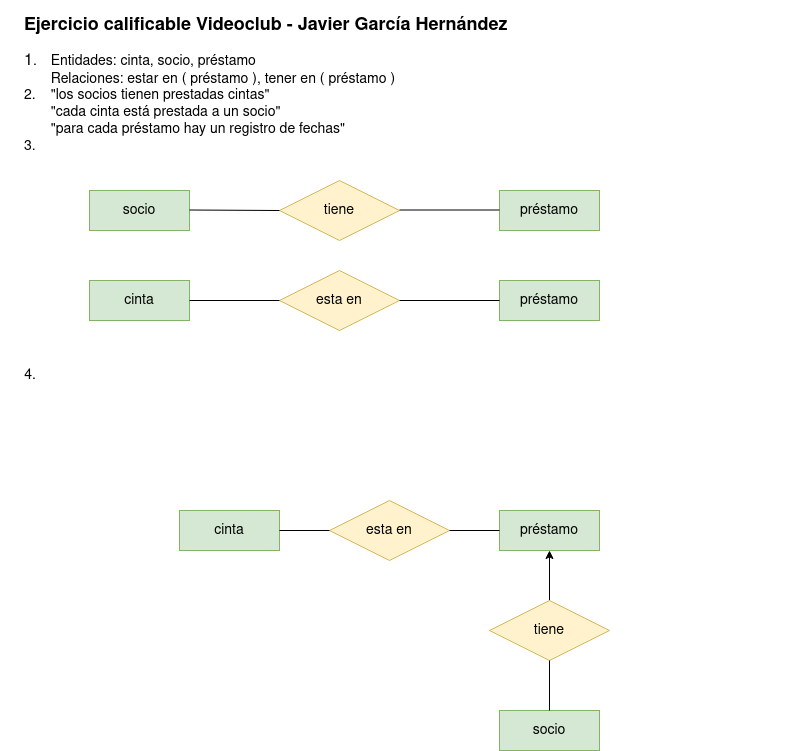
javigh193/bae keeps this draw.io diagram as ejercicioevaluable1.png. Above is the earlier version. Source tidied: cells renumbered, new cells last; positions are measured from the earlier drawing's top-left corner, leaving out a move shared by most shapes.
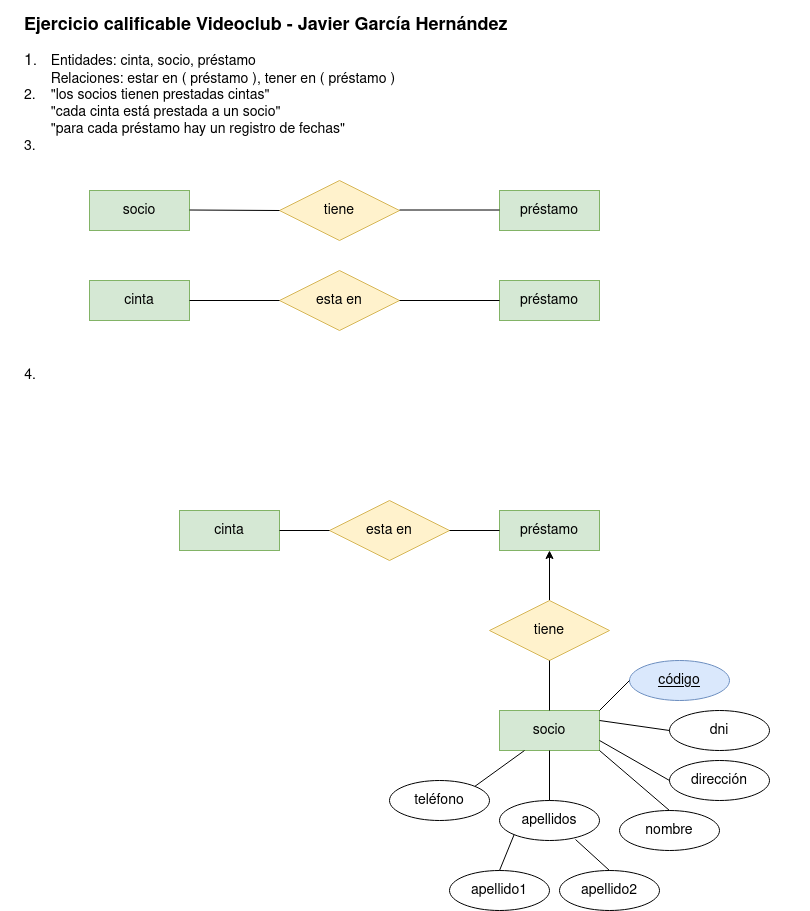
Above is the later version.

Change to the diagram source:
```diff
@@ -70,5 +70,53 @@
     <mxCell id="22" style="endArrow=none;html=1;rounded=0;fontSize=14;entryX=0.5;entryY=0;entryDx=0;entryDy=0;exitX=0.5;exitY=1;exitDx=0;exitDy=0;" parent="1" edge="1" source="18" target="13">
       <mxGeometry relative="1" as="geometry" />
     </mxCell>
+    <mxCell id="23" value="código " style="ellipse;whiteSpace=wrap;html=1;align=center;fontStyle=4;fontSize=14;fillColor=#dae8fc;strokeColor=#6c8ebf;" parent="1" vertex="1">
+      <mxGeometry x="629" y="650" width="100" height="40" as="geometry" />
+    </mxCell>
+    <mxCell id="24" style="endArrow=none;html=1;rounded=0;fontSize=14;entryX=0;entryY=0.5;entryDx=0;entryDy=0;exitX=1;exitY=0;exitDx=0;exitDy=0;" parent="1" edge="1" source="13" target="23">
+      <mxGeometry relative="1" as="geometry" />
+    </mxCell>
+    <mxCell id="25" value="dni" style="ellipse;whiteSpace=wrap;html=1;align=center;fontSize=14;" parent="1" vertex="1">
+      <mxGeometry x="669" y="700" width="100" height="40" as="geometry" />
+    </mxCell>
+    <mxCell id="26" style="endArrow=none;html=1;rounded=0;fontSize=14;entryX=0;entryY=0.5;entryDx=0;entryDy=0;exitX=1;exitY=0.25;exitDx=0;exitDy=0;" parent="1" edge="1" source="13" target="25">
+      <mxGeometry relative="1" as="geometry" />
+    </mxCell>
+    <mxCell id="27" value="dirección" style="ellipse;whiteSpace=wrap;html=1;align=center;fontSize=14;" parent="1" vertex="1">
+      <mxGeometry x="669" y="750" width="100" height="40" as="geometry" />
+    </mxCell>
+    <mxCell id="28" style="endArrow=none;html=1;rounded=0;fontSize=14;entryX=0;entryY=0.5;entryDx=0;entryDy=0;exitX=1;exitY=0.75;exitDx=0;exitDy=0;" parent="1" edge="1" source="13" target="27">
+      <mxGeometry relative="1" as="geometry" />
+    </mxCell>
+    <mxCell id="29" value="nombre" style="ellipse;whiteSpace=wrap;html=1;align=center;fontSize=14;" parent="1" vertex="1">
+      <mxGeometry x="619" y="800" width="100" height="40" as="geometry" />
+    </mxCell>
+    <mxCell id="30" style="endArrow=none;html=1;rounded=0;fontSize=14;entryX=0.5;entryY=0;entryDx=0;entryDy=0;exitX=1;exitY=1;exitDx=0;exitDy=0;" parent="1" edge="1" source="13" target="29">
+      <mxGeometry relative="1" as="geometry" />
+    </mxCell>
+    <mxCell id="31" value="apellidos" style="ellipse;whiteSpace=wrap;html=1;align=center;fontSize=14;" parent="1" vertex="1">
+      <mxGeometry x="499" y="790" width="100" height="40" as="geometry" />
+    </mxCell>
+    <mxCell id="32" style="endArrow=none;html=1;rounded=0;fontSize=14;entryX=0.5;entryY=1;entryDx=0;entryDy=0;exitX=0.5;exitY=0;exitDx=0;exitDy=0;" parent="1" edge="1" source="31" target="13">
+      <mxGeometry relative="1" as="geometry" />
+    </mxCell>
+    <mxCell id="33" value="apellido1" style="ellipse;whiteSpace=wrap;html=1;align=center;fontSize=14;" parent="1" vertex="1">
+      <mxGeometry x="449" y="860" width="100" height="40" as="geometry" />
+    </mxCell>
+    <mxCell id="34" value="apellido2" style="ellipse;whiteSpace=wrap;html=1;align=center;fontSize=14;" parent="1" vertex="1">
+      <mxGeometry x="559" y="860" width="100" height="40" as="geometry" />
+    </mxCell>
+    <mxCell id="35" style="endArrow=none;html=1;rounded=0;fontSize=14;entryX=0;entryY=1;entryDx=0;entryDy=0;exitX=0.5;exitY=0;exitDx=0;exitDy=0;" parent="1" edge="1" source="33" target="31">
+      <mxGeometry relative="1" as="geometry" />
+    </mxCell>
+    <mxCell id="36" style="endArrow=none;html=1;rounded=0;fontSize=14;entryX=0.76;entryY=0.975;entryDx=0;entryDy=0;exitX=0.5;exitY=0;exitDx=0;exitDy=0;entryPerimeter=0;" parent="1" edge="1" source="34" target="31">
+      <mxGeometry relative="1" as="geometry" />
+    </mxCell>
+    <mxCell id="37" value="teléfono" style="ellipse;whiteSpace=wrap;html=1;align=center;fontSize=14;" parent="1" vertex="1">
+      <mxGeometry x="389" y="770" width="100" height="40" as="geometry" />
+    </mxCell>
+    <mxCell id="38" style="endArrow=none;html=1;rounded=0;fontSize=14;exitX=1;exitY=0;exitDx=0;exitDy=0;entryX=0.25;entryY=1;entryDx=0;entryDy=0;" parent="1" edge="1" source="37" target="13">
+      <mxGeometry relative="1" as="geometry" />
+    </mxCell>
   </root>
 </mxGraphModel>
```
